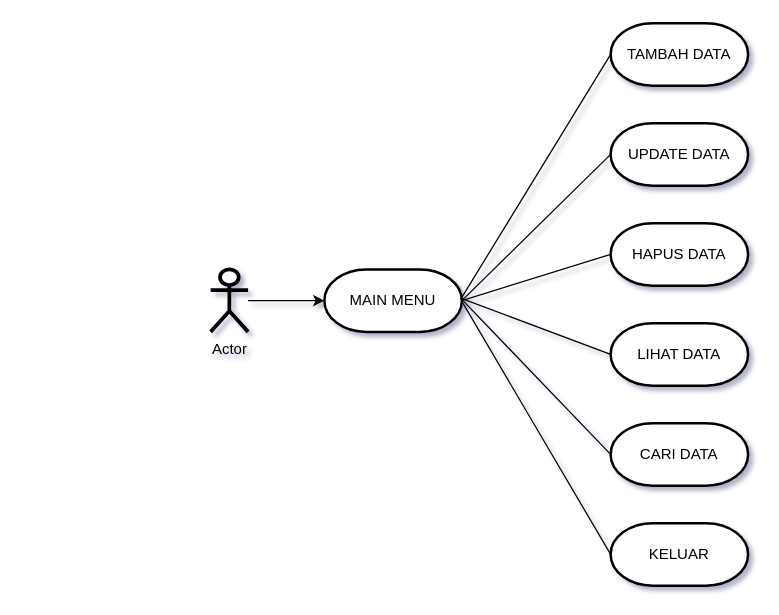
Before: Main.drawio in tobiadnan/CRUD-FRS-with-Java-Native, a draw.io diagram. Source tidied: cells renumbered, new cells numbered last; positions are measured from the earlier drawing's top-left corner, leaving out a move shared by most shapes. Both pictures are drawn from the tidied source at 125%, with x=0, y=0 at pixel (210, 22).
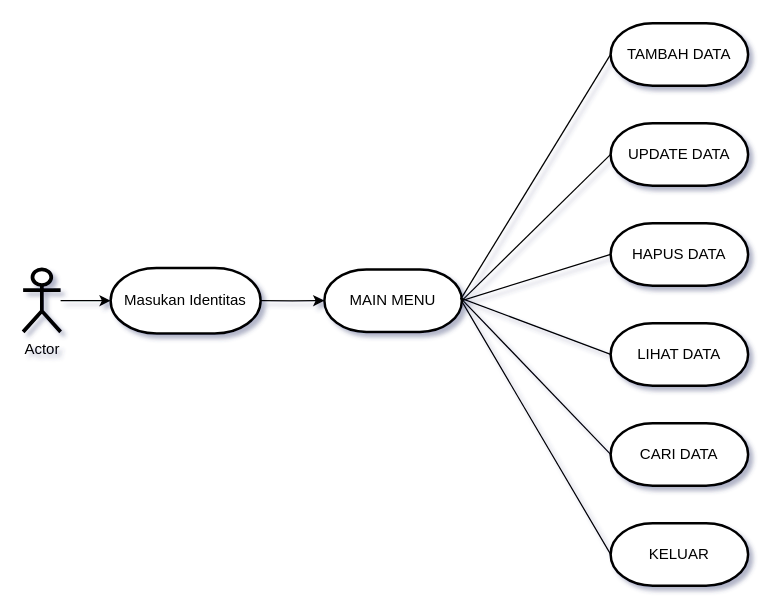
The same page after the edit.

Unchanged cells that the change refers to:
```xml
<mxCell id="4" value="MAIN MENU" style="strokeWidth=2;html=1;shape=mxgraph.flowchart.terminator;whiteSpace=wrap;" parent="1" vertex="1">
  <mxGeometry x="91" y="197" width="110" height="50" as="geometry" />
</mxCell>
```

The edit, as a diff of the source:
```diff
@@
-    <mxCell id="2" style="edgeStyle=orthogonalEdgeStyle;rounded=0;jettySize=auto;html=1;" parent="1" edge="1" source="3" target="4">
+    <mxCell id="2" style="edgeStyle=orthogonalEdgeStyle;rounded=0;jettySize=auto;html=1;exitX=1;exitY=0.5;exitDx=0;exitDy=0;exitPerimeter=0;" parent="1" edge="1" source="18" target="4">
       <mxGeometry relative="1" as="geometry" />
     </mxCell>
+    <mxCell id="17" style="edgeStyle=orthogonalEdgeStyle;rounded=0;jettySize=auto;html=1;" parent="1" edge="1" source="3" target="18">
+      <mxGeometry relative="1" as="geometry" />
+    </mxCell>
     <mxCell id="3" value="Actor" style="shape=umlActor;verticalLabelPosition=bottom;verticalAlign=top;html=1;outlineConnect=0;strokeWidth=3;" parent="1" vertex="1">
-      <mxGeometry y="197" width="30" height="50" as="geometry" />
+      <mxGeometry x="-150" y="197" width="30" height="50" as="geometry" />
     </mxCell>
@@
+    <mxCell id="18" value="Masukan Identitas" style="strokeWidth=2;html=1;shape=mxgraph.flowchart.terminator;whiteSpace=wrap;" parent="1" vertex="1">
+      <mxGeometry x="-80" y="195.8" width="120" height="52.5" as="geometry" />
+    </mxCell>
```
